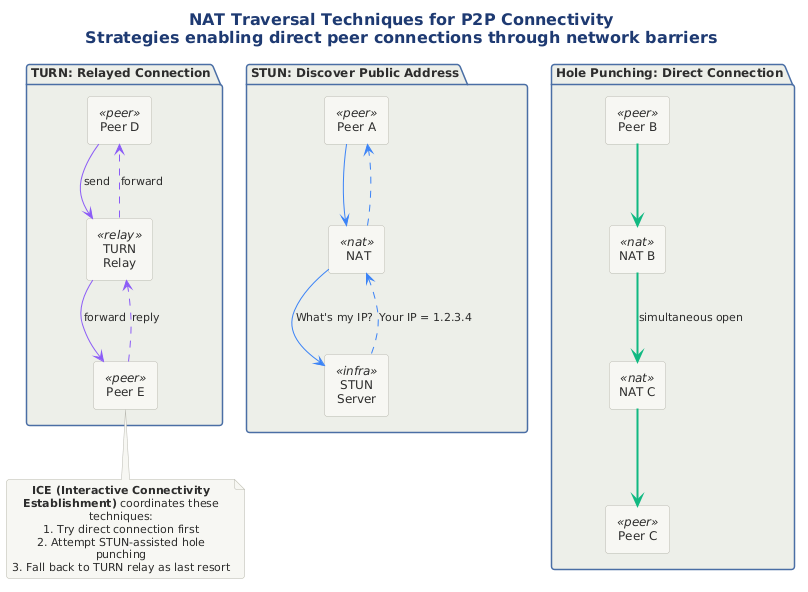
Earlier version of the PlantUML export src/architecture/views-and-beyond/style-catalogs/component-and-connector/peer-to-peer-style/png/09-nat-traversal.png (Notoriousjayy/latex-docs). Its diagram source:
```plantuml
@startuml 09-nat-traversal

!include ../../../../../../tooling/styles/plantuml/structural/package-diagram-style.iuml


title <b>NAT Traversal Techniques for P2P Connectivity</b>\nStrategies enabling direct peer connections through network barriers

package "STUN: Discover Public Address" as STUN {
  rectangle "Peer A" as stun_a <<peer>>
  rectangle " NAT " as stun_nat <<nat>>
  rectangle "STUN\nServer" as stun_srv <<infra>>

  stun_a -[#3B82F6]-> stun_nat
  stun_nat -[#3B82F6]-> stun_srv : What's my IP?
  stun_srv -[#3B82F6,dashed]-> stun_nat : Your IP = 1.2.3.4
  stun_nat -[#3B82F6,dashed]-> stun_a
}

package "Hole Punching: Direct Connection" as HP {
  rectangle "Peer B" as hp_b <<peer>>
  rectangle "NAT B" as hp_natb <<nat>>
  rectangle "NAT C" as hp_natc <<nat>>
  rectangle "Peer C" as hp_c <<peer>>

  hp_b -[#10B981,bold]-> hp_natb
  hp_natb -[#10B981,bold]-> hp_natc : simultaneous open
  hp_natc -[#10B981,bold]-> hp_c
}

package "TURN: Relayed Connection" as TURN {
  rectangle "Peer D" as turn_d <<peer>>
  rectangle "TURN\nRelay" as turn_relay <<relay>>
  rectangle "Peer E" as turn_e <<peer>>

  turn_d -[#8B5CF6]-> turn_relay : send
  turn_relay -[#8B5CF6]-> turn_e : forward
  turn_e -[#8B5CF6,dashed]-> turn_relay : reply
  turn_relay -[#8B5CF6,dashed]-> turn_d : forward
}

note bottom
  **ICE (Interactive Connectivity Establishment)** coordinates these techniques:
  1. Try direct connection first
  2. Attempt STUN-assisted hole punching
  3. Fall back to TURN relay as last resort
end note
@enduml
```
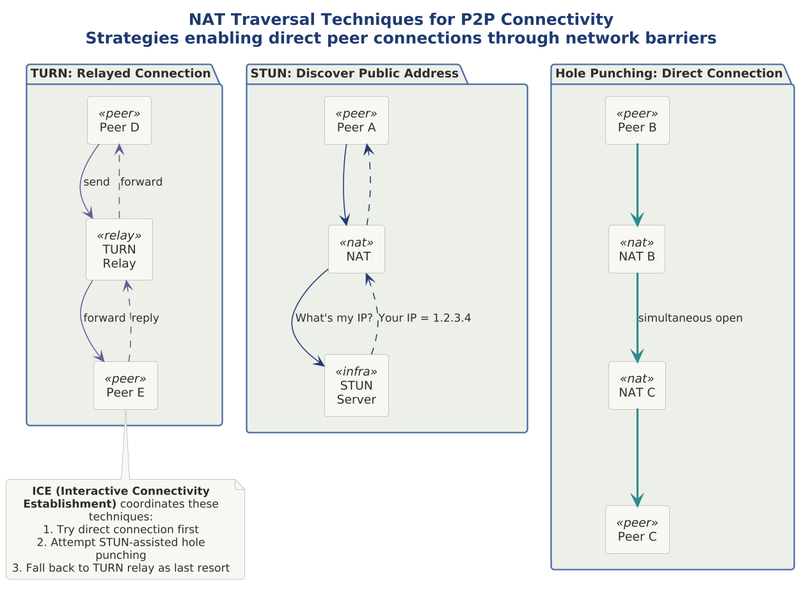
The same file after the commit.

Change to the diagram source:
```diff
@@ -1,7 +1,11 @@
 @startuml 09-nat-traversal
 
+skinparam dpi 150
+
+
+
+
 !include ../../../../../../tooling/styles/plantuml/structural/package-diagram-style.iuml
-
 
 title <b>NAT Traversal Techniques for P2P Connectivity</b>\nStrategies enabling direct peer connections through network barriers
 
@@ -10,10 +14,10 @@
   rectangle " NAT " as stun_nat <<nat>>
   rectangle "STUN\nServer" as stun_srv <<infra>>
 
-  stun_a -[#3B82F6]-> stun_nat
-  stun_nat -[#3B82F6]-> stun_srv : What's my IP?
-  stun_srv -[#3B82F6,dashed]-> stun_nat : Your IP = 1.2.3.4
-  stun_nat -[#3B82F6,dashed]-> stun_a
+  stun_a -[$line_primary]-> stun_nat
+  stun_nat -[$line_primary]-> stun_srv : What's my IP?
+  stun_srv -[$line_primary,dashed]-> stun_nat : Your IP = 1.2.3.4
+  stun_nat -[$line_primary,dashed]-> stun_a
 }
 
 package "Hole Punching: Direct Connection" as HP {
@@ -22,9 +26,9 @@
   rectangle "NAT C" as hp_natc <<nat>>
   rectangle "Peer C" as hp_c <<peer>>
 
-  hp_b -[#10B981,bold]-> hp_natb
-  hp_natb -[#10B981,bold]-> hp_natc : simultaneous open
-  hp_natc -[#10B981,bold]-> hp_c
+  hp_b -[$line_dynamic,bold]-> hp_natb
+  hp_natb -[$line_dynamic,bold]-> hp_natc : simultaneous open
+  hp_natc -[$line_dynamic,bold]-> hp_c
 }
 
 package "TURN: Relayed Connection" as TURN {
@@ -32,10 +36,10 @@
   rectangle "TURN\nRelay" as turn_relay <<relay>>
   rectangle "Peer E" as turn_e <<peer>>
 
-  turn_d -[#8B5CF6]-> turn_relay : send
-  turn_relay -[#8B5CF6]-> turn_e : forward
-  turn_e -[#8B5CF6,dashed]-> turn_relay : reply
-  turn_relay -[#8B5CF6,dashed]-> turn_d : forward
+  turn_d -[$line_alt]-> turn_relay : send
+  turn_relay -[$line_alt]-> turn_e : forward
+  turn_e -[$line_alt,dashed]-> turn_relay : reply
+  turn_relay -[$line_alt,dashed]-> turn_d : forward
 }
 
 note bottom
```
